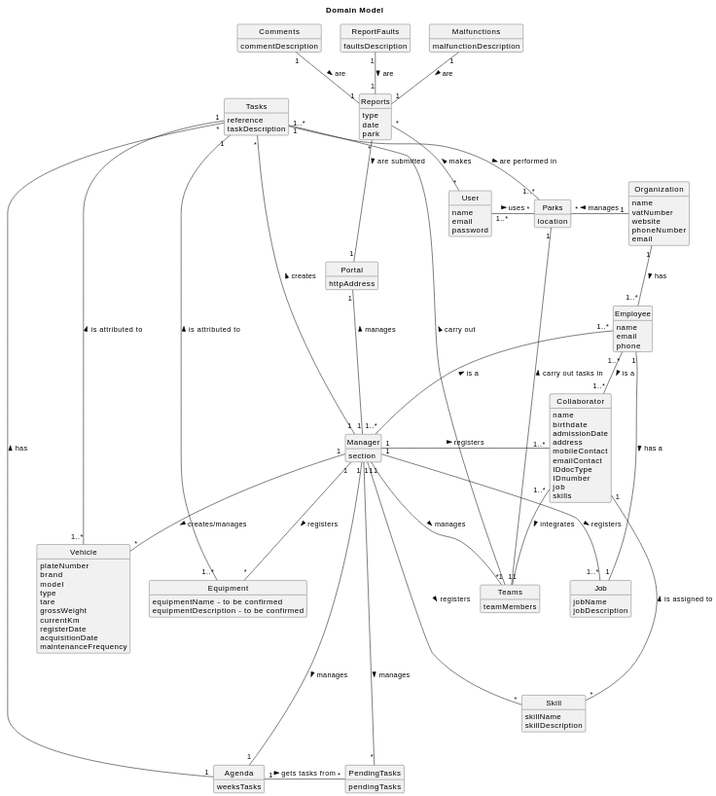
Above: docs/sprintA/global-artifacts/02.analysis/svg/project-domain-model.svg in Paulo-Pereira-at-ISEP/lei-24-s2-1nanb-g321 (PlantUML), before the change.
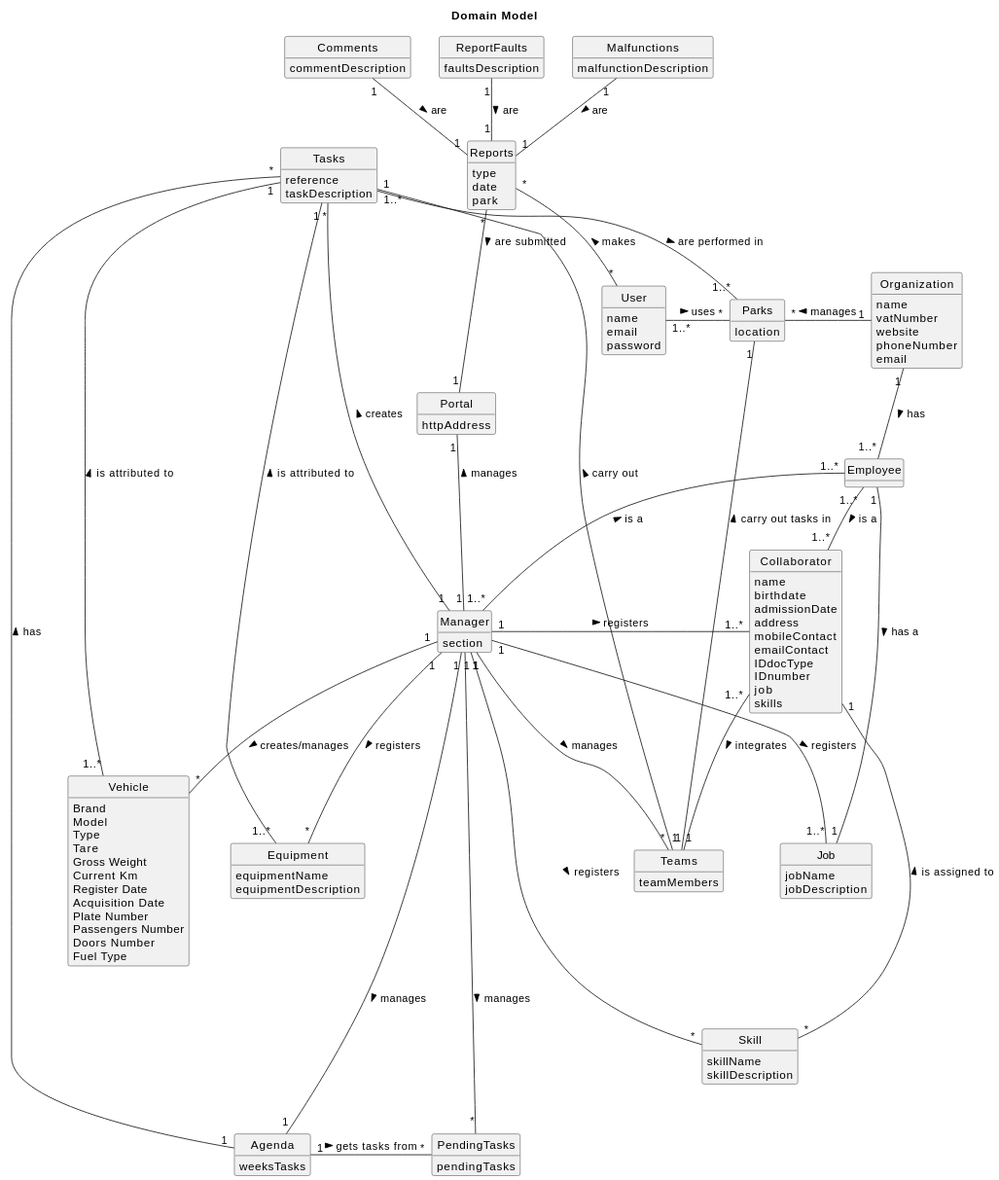
Later version of the same file.

Commit message:
LGGPM-19 - Sprint A - Global Artifacs - Domain model update

The edit, as a diff of the source:
```diff
@@ -16,9 +16,7 @@
 }
 
 class Employee {
-    name
-    email
-    phone
+
 }
 
 class Collaborator {
@@ -50,21 +48,27 @@
 }
 
 class Vehicle {
-    plateNumber
-    brand
-    model
-    type
-    tare
-    grossWeight
-    currentKm
-    registerDate
-    acquisitionDate
-    maintenanceFrequency
+    Brand
+    Model
+    Type
+    Tare
+    Gross Weight
+    Current Km
+    Register Date
+    Acquisition Date
+    Maintenance/Check-up Frequency (in Km)
+    Plate Number
+    Passengers Number
+    Doors Number
+    Fuel Type
+    Trailer Machines (Yes/No)
+    Last Maintenance/Check-up (Km)
+    Last Maintenance/Check-up (Date)
 }
 
 class Equipment {
-    equipmentName - to be confirmed
-    equipmentDescription - to be confirmed
+    equipmentName
+    equipmentDescription
 }
 
 class Agenda {
@@ -161,7 +165,7 @@
 
 Vehicle "1..*" - "1" Tasks: is attributed to >
 
-Equipment "1..*" -left "1" Tasks: is attributed to >
+Equipment "1..*" - "1" Tasks: is attributed to >
 
 Agenda "1" -left "*" Tasks: has >
 
```
